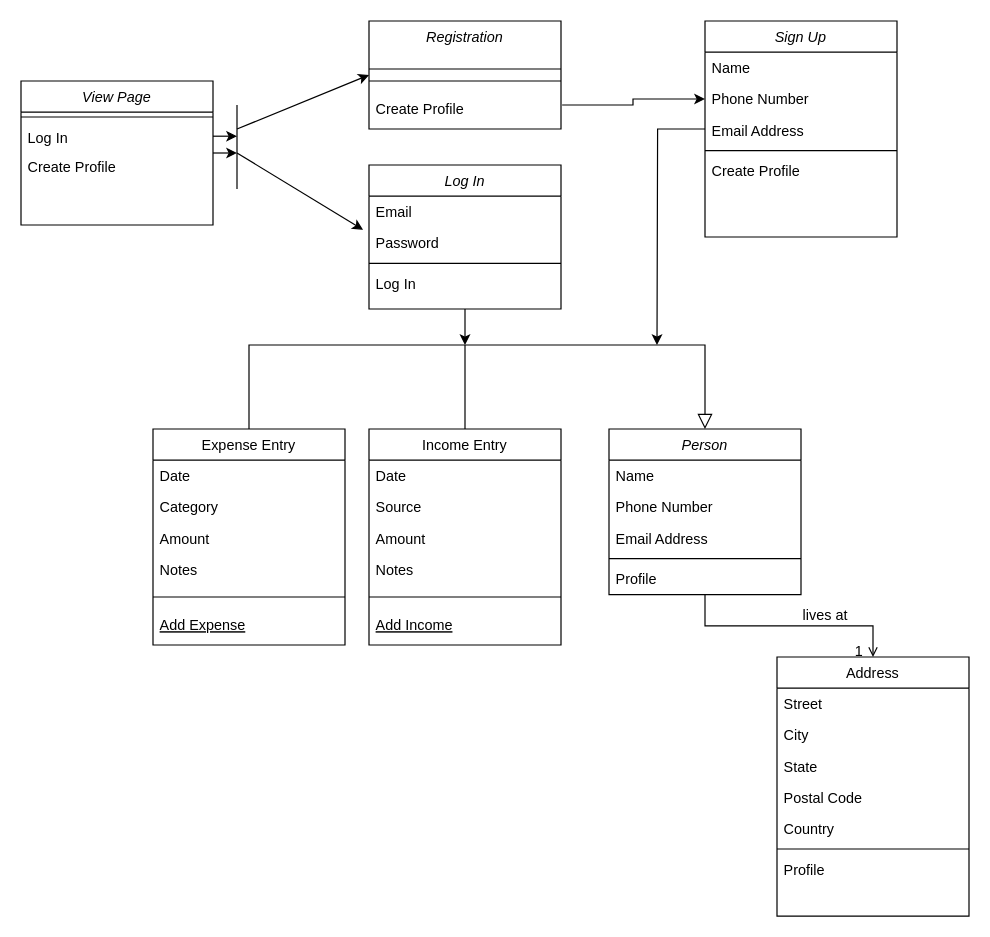
Before: page "Page-1" (1 of 2) of Expense Tracker/Untitled Diagram.drawio in shahriararefin/HTML---CSS, a draw.io diagram. Source tidied: cells renumbered, new cells numbered last; positions are measured from the earlier drawing's top-left corner, leaving out a move shared by most shapes. Both pictures are drawn from the tidied source at 120%, with x=0, y=0 at pixel (20, 20).
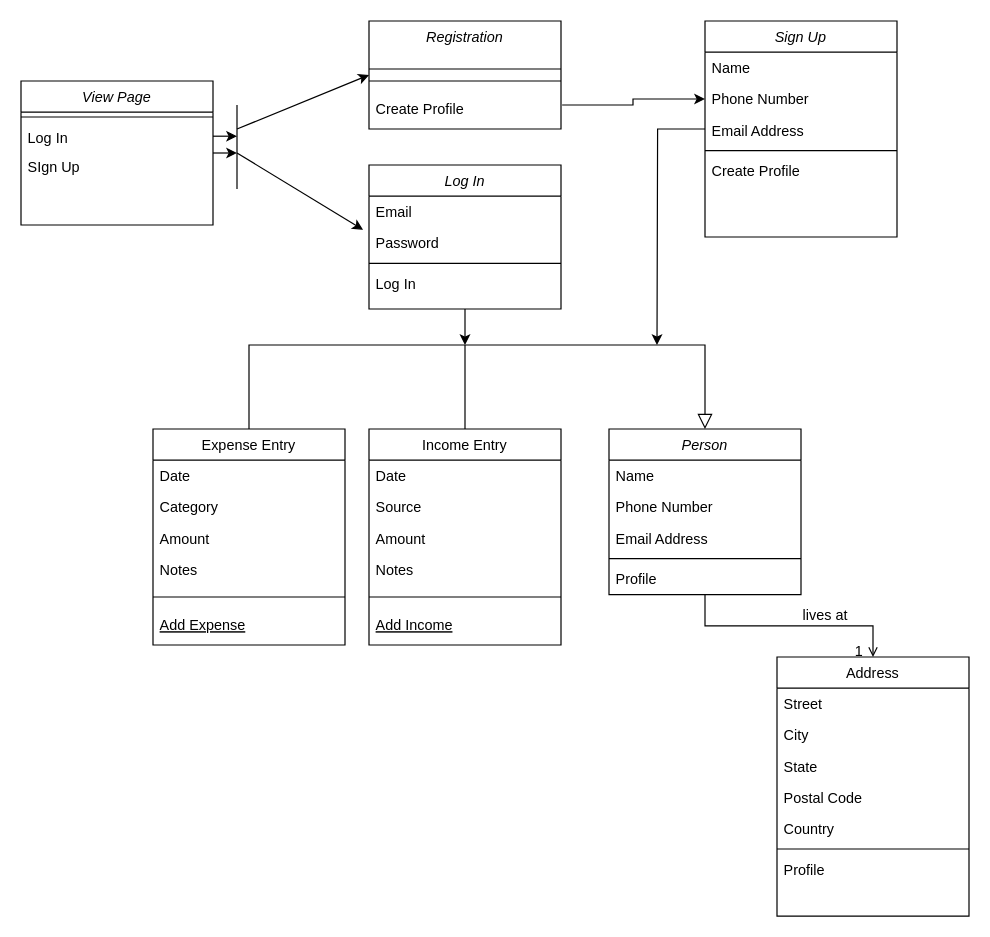
After the change.

Unchanged cells that the change refers to:
```xml
<mxCell id="53" value="View Page" style="swimlane;fontStyle=2;align=center;verticalAlign=top;horizontal=1;startSize=26;rounded=0;shadow=0;strokeWidth=1;" parent="1" vertex="1">
  <mxGeometry y="50" width="160" height="120" as="geometry" />
</mxCell>
```

Change to the diagram source:
```diff
@@
-    <mxCell id="57" value="Create Profile" style="text;align=left;verticalAlign=top;spacingLeft=4;spacingRight=4;overflow=hidden;" parent="53" vertex="1">
+    <mxCell id="57" value="SIgn Up" style="text;align=left;verticalAlign=top;spacingLeft=4;spacingRight=4;overflow=hidden;" parent="53" vertex="1">
       <mxGeometry y="58" width="160" height="24" as="geometry" />
     </mxCell>
```
